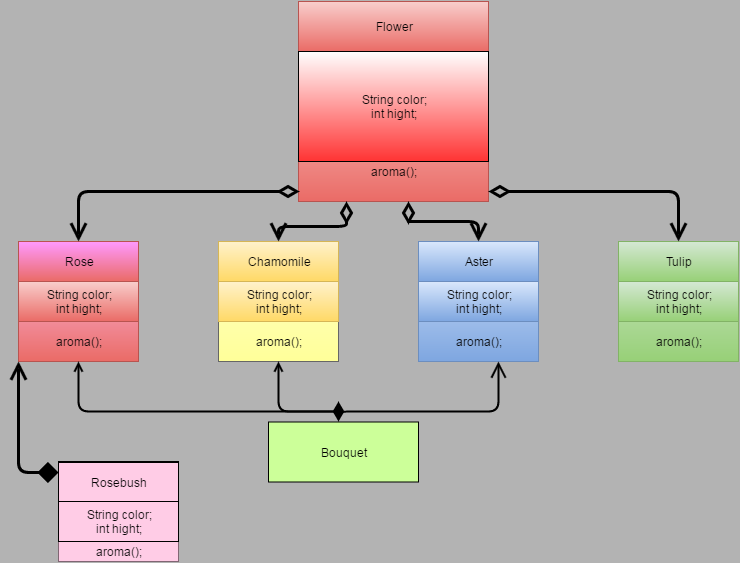
Above: flowers.png in GalinaViktorovna/HomeTaskModul2 (draw.io), before the change. Source tidied: cells renumbered, new cells last; positions are measured from the earlier drawing's top-left corner, leaving out a move shared by most shapes.
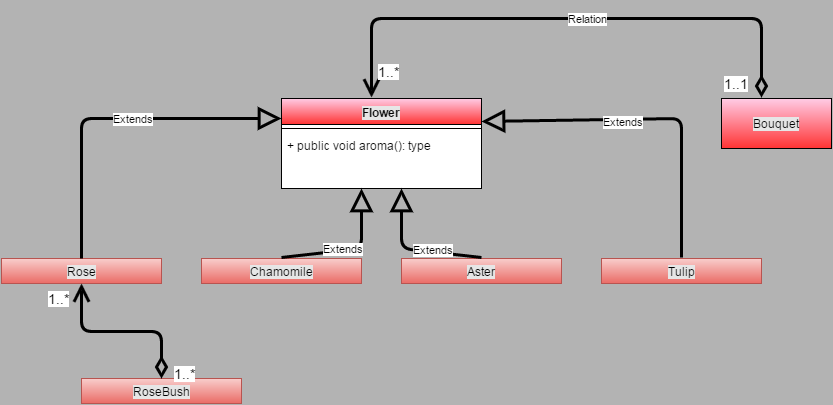
The same diagram one commit later.

Diff of the diagram source:
```diff
@@ -2,159 +2,105 @@
   <root>
     <mxCell id="0" />
     <mxCell id="1" parent="0" />
-    <mxCell id="2" style="whiteSpace=wrap;html=1;plain-red;fillColor=#FFFFFF;" parent="1" vertex="1">
-      <mxGeometry x="280" width="190" height="200" as="geometry" />
-    </mxCell>
-    <mxCell id="3" value="Flower" style="whiteSpace=wrap;html=1;plain-red;" parent="1" vertex="1">
-      <mxGeometry x="280" width="190" height="50" as="geometry" />
+    <mxCell id="3" value="Flower" style="swimlane;html=1;fontStyle=1;align=center;verticalAlign=top;horizontal=1;startSize=26;swimlaneFillColor=#ffffff;labelBackgroundColor=#E6E6E6;fillColor=#FFCCE6;gradientColor=#FF3333;" parent="1" vertex="1">
+      <mxGeometry x="280" y="80" width="200" height="90" as="geometry" />
     </mxCell>
-    <mxCell id="4" value="String color;&lt;div&gt;int hight;&lt;/div&gt;" style="whiteSpace=wrap;html=1;gradientColor=#FF3333;" parent="1" vertex="1">
-      <mxGeometry x="280" y="50" width="190" height="110" as="geometry" />
-    </mxCell>
-    <mxCell id="5" value="aroma();" style="text;html=1;strokeColor=none;fillColor=none;align=center;verticalAlign=middle;whiteSpace=wrap;overflow=hidden;" parent="1" vertex="1">
-      <mxGeometry x="315" y="160" width="120" height="20" as="geometry" />
-    </mxCell>
-    <mxCell id="6" style="whiteSpace=wrap;html=1;plain-red;fillColor=#FFCCFF;" parent="1" vertex="1">
-      <mxGeometry y="240" width="120" height="120" as="geometry" />
-    </mxCell>
-    <mxCell id="7" style="whiteSpace=wrap;html=1;plain-gray;fillColor=#FFFFCC;gradientColor=#FFFF99;" parent="1" vertex="1">
-      <mxGeometry x="200" y="240" width="120" height="120" as="geometry" />
-    </mxCell>
-    <mxCell id="8" style="whiteSpace=wrap;html=1;plain-blue;" parent="1" vertex="1">
-      <mxGeometry x="400" y="240" width="120" height="120" as="geometry" />
-    </mxCell>
-    <mxCell id="9" style="whiteSpace=wrap;html=1;plain-green;" parent="1" vertex="1">
-      <mxGeometry x="600" y="240" width="120" height="120" as="geometry" />
-    </mxCell>
-    <mxCell id="10" style="whiteSpace=wrap;html=1;" parent="1" vertex="1">
-      <mxGeometry x="40" y="460" width="120" height="100" as="geometry" />
-    </mxCell>
-    <mxCell id="11" value="Rose" style="whiteSpace=wrap;html=1;plain-red;fillColor=#FF99FF;" parent="1" vertex="1">
-      <mxGeometry y="240" width="120" height="40" as="geometry" />
-    </mxCell>
-    <mxCell id="12" value="Chamomile" style="whiteSpace=wrap;html=1;plain-yellow;" parent="1" vertex="1">
-      <mxGeometry x="200" y="240" width="120" height="40" as="geometry" />
-    </mxCell>
+    <mxCell id="39" style="line;html=1;strokeWidth=1;fillColor=none;align=left;verticalAlign=middle;spacingTop=-1;spacingLeft=3;spacingRight=3;labelPosition=right;" parent="3" vertex="1">
+      <mxGeometry y="26" width="200" height="8" as="geometry" />
+    </mxCell>
+    <mxCell id="40" value="+ public void aroma(): type" style="text;html=1;strokeColor=none;fillColor=none;align=left;verticalAlign=top;spacingLeft=4;spacingRight=4;whiteSpace=wrap;overflow=hidden;" parent="3" vertex="1">
+      <mxGeometry y="34" width="200" height="26" as="geometry" />
+    </mxCell>
-    <mxCell id="13" value="Aster" style="whiteSpace=wrap;html=1;plain-blue;" parent="1" vertex="1">
-      <mxGeometry x="400" y="240" width="120" height="40" as="geometry" />
+    <mxCell id="13" value="Aster" style="swimlane;html=1;fontStyle=0;horizontal=1;startSize=25;swimlaneFillColor=#ffffff;labelBackgroundColor=#E6E6E6;plain-red;" parent="1" vertex="1">
+      <mxGeometry x="400" y="240" width="160" height="25" as="geometry" />
     </mxCell>
-    <mxCell id="14" value="Tulip" style="whiteSpace=wrap;html=1;plain-green;" parent="1" vertex="1">
-      <mxGeometry x="600" y="240" width="120" height="40" as="geometry" />
+    <mxCell id="14" value="Tulip" style="swimlane;html=1;fontStyle=0;horizontal=1;startSize=26;swimlaneFillColor=#ffffff;labelBackgroundColor=#E6E6E6;plain-red;" parent="1" vertex="1">
+      <mxGeometry x="600" y="240" width="160" height="25" as="geometry" />
     </mxCell>
-    <mxCell id="15" value="Rosebush" style="whiteSpace=wrap;html=1;fillColor=#FFCCE6;" parent="1" vertex="1">
-      <mxGeometry x="40" y="461" width="120" height="40" as="geometry" />
-    </mxCell>
-    <mxCell id="16" value="String color;&lt;div&gt;int hight;&lt;/div&gt;" style="whiteSpace=wrap;html=1;plain-red;" parent="1" vertex="1">
-      <mxGeometry y="280" width="120" height="40" as="geometry" />
-    </mxCell>
-    <mxCell id="17" value="String color;&lt;div&gt;int hight;&lt;/div&gt;" style="whiteSpace=wrap;html=1;plain-yellow;" parent="1" vertex="1">
-      <mxGeometry x="200" y="280" width="120" height="40" as="geometry" />
-    </mxCell>
-    <mxCell id="18" value="String color;&lt;div&gt;int hight;&lt;/div&gt;" style="whiteSpace=wrap;html=1;plain-blue;" parent="1" vertex="1">
-      <mxGeometry x="400" y="280" width="120" height="40" as="geometry" />
-    </mxCell>
-    <mxCell id="19" value="String color;&lt;div&gt;int hight;&lt;/div&gt;" style="whiteSpace=wrap;html=1;plain-green;" parent="1" vertex="1">
-      <mxGeometry x="600" y="280" width="120" height="40" as="geometry" />
-    </mxCell>
-    <mxCell id="20" style="edgeStyle=orthogonalEdgeStyle;rounded=0;html=1;exitX=0.5;exitY=1;jettySize=auto;orthogonalLoop=1;" parent="1" edge="1" source="5" target="5">
-      <mxGeometry relative="1" as="geometry" />
-    </mxCell>
-    <mxCell id="21" style="edgeStyle=orthogonalEdgeStyle;rounded=0;html=1;exitX=0.5;exitY=1;jettySize=auto;orthogonalLoop=1;" parent="1" edge="1">
-      <mxGeometry x="385" y="190" as="geometry">
-        <mxPoint x="385" y="190" as="sourcePoint" />
-        <mxPoint x="385" y="190" as="targetPoint" />
-      </mxGeometry>
-    </mxCell>
-    <mxCell id="22" value="aroma();" style="text;html=1;strokeColor=none;fillColor=none;align=center;verticalAlign=middle;whiteSpace=wrap;overflow=hidden;" parent="1" vertex="1">
-      <mxGeometry y="330" width="120" height="20" as="geometry" />
-    </mxCell>
-    <mxCell id="23" value="aroma();" style="text;html=1;strokeColor=none;fillColor=none;align=center;verticalAlign=middle;whiteSpace=wrap;overflow=hidden;" parent="1" vertex="1">
-      <mxGeometry x="200" y="330" width="120" height="20" as="geometry" />
-    </mxCell>
-    <mxCell id="24" value="aroma();" style="text;html=1;strokeColor=none;fillColor=none;align=center;verticalAlign=middle;whiteSpace=wrap;overflow=hidden;" parent="1" vertex="1">
-      <mxGeometry x="400" y="330" width="120" height="20" as="geometry" />
-    </mxCell>
-    <mxCell id="25" value="aroma();" style="text;html=1;strokeColor=none;fillColor=none;align=center;verticalAlign=middle;whiteSpace=wrap;overflow=hidden;" parent="1" vertex="1">
-      <mxGeometry x="600" y="330" width="120" height="20" as="geometry" />
-    </mxCell>
-    <mxCell id="26" value="aroma();" style="text;html=1;strokeColor=none;fillColor=#FFCCE6;align=center;verticalAlign=middle;whiteSpace=wrap;overflow=hidden;" parent="1" vertex="1">
-      <mxGeometry x="40" y="540" width="120" height="20" as="geometry" />
-    </mxCell>
-    <mxCell id="27" value="String color;&lt;div&gt;int hight;&lt;/div&gt;" style="whiteSpace=wrap;html=1;fillColor=#FFCCE6;" parent="1" vertex="1">
-      <mxGeometry x="40" y="500" width="120" height="40" as="geometry" />
-    </mxCell>
+    <mxCell id="12" value="&lt;span&gt;Chamomile&lt;/span&gt;" style="swimlane;html=1;fontStyle=0;horizontal=1;startSize=26;swimlaneFillColor=#ffffff;labelBackgroundColor=#E6E6E6;plain-red;" parent="1" vertex="1">
+      <mxGeometry x="200" y="240" width="160" height="25" as="geometry" />
+    </mxCell>
+    <mxCell id="11" value="&lt;span&gt;Rose&lt;/span&gt;" style="swimlane;html=1;fontStyle=0;horizontal=1;startSize=26;swimlaneFillColor=#ffffff;labelBackgroundColor=#E6E6E6;plain-red;" parent="1" vertex="1">
+      <mxGeometry y="240" width="160" height="25" as="geometry" />
+    </mxCell>
+    <mxCell id="41" value="Extends" style="endArrow=block;endSize=16;endFill=0;html=1;strokeColor=#000000;strokeWidth=3;align=left;exitX=0.5;exitY=0;" parent="1" edge="1" source="11">
+      <mxGeometry relative="1" as="geometry">
+        <mxPoint x="280" y="100" as="targetPoint" />
+        <Array as="points">
+          <mxPoint x="80" y="100" />
+        </Array>
+      </mxGeometry>
+    </mxCell>
+    <mxCell id="42" value="Extends" style="endArrow=block;endSize=16;endFill=0;html=1;strokeColor=#000000;strokeWidth=3;align=left;entryX=1;entryY=0.25;" parent="1" edge="1" target="3">
+      <mxGeometry x="0.29" y="2" relative="1" as="geometry">
+        <mxPoint x="680" y="239" as="sourcePoint" />
+        <Array as="points">
+          <mxPoint x="680" y="100" />
+        </Array>
+      </mxGeometry>
+    </mxCell>
+    <mxCell id="43" value="Extends" style="endArrow=block;endSize=16;endFill=0;html=1;strokeColor=#000000;strokeWidth=3;align=left;" parent="1" edge="1">
+      <mxGeometry x="-0.42" y="4" relative="1" as="geometry">
+        <mxPoint x="280" y="239" as="sourcePoint" />
+        <mxPoint x="360" y="170" as="targetPoint" />
+        <Array as="points">
+          <mxPoint x="360" y="230" />
+        </Array>
+      </mxGeometry>
+    </mxCell>
+    <mxCell id="44" value="Extends" style="endArrow=block;endSize=16;endFill=0;html=1;strokeColor=#000000;strokeWidth=3;align=left;" parent="1" edge="1">
+      <mxGeometry relative="1" as="geometry">
+        <mxPoint x="480" y="239" as="sourcePoint" />
+        <mxPoint x="400" y="170" as="targetPoint" />
+        <Array as="points">
+          <mxPoint x="400" y="230" />
+        </Array>
+      </mxGeometry>
+    </mxCell>
-    <mxCell id="28" value="Bouquet" style="whiteSpace=wrap;html=1;fillColor=#CCFF99;" parent="1" vertex="1">
-      <mxGeometry x="250" y="420.5" width="150" height="60" as="geometry" />
+    <mxCell id="28" value="Bouquet" style="html=1;labelBackgroundColor=#E6E6E6;fillColor=#FFCCE6;gradientColor=#FF3333;" parent="1" vertex="1">
+      <mxGeometry x="720" y="80" width="110" height="50" as="geometry" />
     </mxCell>
-    <mxCell id="29" style="endArrow=open;html=1;endSize=12;startArrow=diamondThin;startSize=14;startFill=0;edgeStyle=orthogonalEdgeStyle;align=left;verticalAlign=bottom;entryX=0.5;entryY=0;plain-purple;strokeWidth=3;strokeColor=#000000;" parent="1" edge="1" target="14">
-      <mxGeometry x="-1" y="3" relative="1" as="geometry">
-        <mxPoint x="470" y="190" as="sourcePoint" />
-        <Array as="points">
-          <mxPoint x="660" y="190" />
-        </Array>
-      </mxGeometry>
-    </mxCell>
-    <mxCell id="30" style="endArrow=open;html=1;endSize=12;startArrow=diamondThin;startSize=14;startFill=0;edgeStyle=orthogonalEdgeStyle;align=left;verticalAlign=bottom;entryX=0.5;entryY=0;exitX=0.004;exitY=0.948;exitPerimeter=0;plain-purple;strokeWidth=3;strokeColor=#000000;" parent="1" edge="1" source="2" target="11">
-      <mxGeometry x="-0.95" relative="1" as="geometry">
-        <Array as="points">
-          <mxPoint x="60" y="190" />
-        </Array>
-      </mxGeometry>
-    </mxCell>
-    <mxCell id="31" style="endArrow=open;html=1;endSize=12;startArrow=diamondThin;startSize=14;startFill=0;edgeStyle=orthogonalEdgeStyle;align=left;verticalAlign=bottom;plain-purple;strokeWidth=3;strokeColor=#000000;" parent="1" edge="1" target="12">
-      <mxGeometry x="-0.2" y="-5" relative="1" as="geometry">
-        <mxPoint x="328" y="200" as="sourcePoint" />
-        <Array as="points">
-          <mxPoint x="328" y="225" />
-          <mxPoint x="260" y="225" />
-        </Array>
-      </mxGeometry>
-    </mxCell>
-    <mxCell id="32" style="endArrow=open;html=1;endSize=12;startArrow=diamondThin;startSize=14;startFill=0;edgeStyle=orthogonalEdgeStyle;align=left;verticalAlign=bottom;entryX=0.5;entryY=0;exitX=0.579;exitY=1;exitPerimeter=0;plain-purple;strokeWidth=3;strokeColor=#000000;" parent="1" edge="1" source="2" target="13">
-      <mxGeometry x="-0.09" relative="1" as="geometry">
-        <Array as="points">
-          <mxPoint x="390" y="220" />
-          <mxPoint x="460" y="220" />
-        </Array>
-      </mxGeometry>
-    </mxCell>
-    <mxCell id="33" style="endArrow=open;html=1;endSize=12;startArrow=diamondThin;startSize=14;startFill=1;edgeStyle=orthogonalEdgeStyle;align=left;verticalAlign=bottom;strokeColor=#000000;strokeWidth=2;entryX=0.667;entryY=1;entryPerimeter=0;endFill=0;" parent="1" edge="1" target="8">
-      <mxGeometry x="-1" y="3" relative="1" as="geometry">
-        <mxPoint x="320" y="400" as="sourcePoint" />
-        <Array as="points">
-          <mxPoint x="320" y="410" />
-          <mxPoint x="480" y="410" />
-        </Array>
-      </mxGeometry>
-    </mxCell>
-    <mxCell id="34" style="endArrow=open;endFill=0;html=1;edgeStyle=orthogonalEdgeStyle;align=left;verticalAlign=top;strokeColor=#000000;strokeWidth=2;entryX=0.5;entryY=1;" parent="1" edge="1" target="6">
-      <mxGeometry x="-1" relative="1" as="geometry">
-        <mxPoint x="320" y="410" as="sourcePoint" />
-        <Array as="points">
-          <mxPoint x="60" y="410" />
-        </Array>
-      </mxGeometry>
-    </mxCell>
-    <mxCell id="35" style="html=1;align=left;verticalAlign=bottom;labelBackgroundColor=#ffffff;fontSize=10;" parent="34" vertex="1">
-      <mxGeometry x="-1" relative="1" as="geometry" />
-    </mxCell>
-    <mxCell id="36" style="endArrow=open;endFill=0;html=1;edgeStyle=orthogonalEdgeStyle;align=left;verticalAlign=top;strokeColor=#000000;strokeWidth=2;entryX=0.5;entryY=1;" parent="1" edge="1" target="7">
-      <mxGeometry x="-1" relative="1" as="geometry">
-        <mxPoint x="320" y="410" as="sourcePoint" />
-        <Array as="points">
-          <mxPoint x="260" y="410" />
-        </Array>
-      </mxGeometry>
-    </mxCell>
-    <mxCell id="37" style="html=1;align=left;verticalAlign=bottom;labelBackgroundColor=#ffffff;fontSize=10;" parent="36" vertex="1">
-      <mxGeometry x="-1" relative="1" as="geometry" />
-    </mxCell>
-    <mxCell id="38" style="endArrow=open;html=1;endSize=12;startArrow=diamond;startSize=14;startFill=1;edgeStyle=orthogonalEdgeStyle;align=left;verticalAlign=bottom;strokeWidth=3;exitX=0;exitY=0.25;entryX=0;entryY=1;entryPerimeter=0;plain-purple;strokeColor=#000000;" parent="1" edge="1" source="15" target="6">
-      <mxGeometry x="-1" y="3" relative="1" as="geometry">
-        <Array as="points">
-          <mxPoint y="471" />
-        </Array>
-      </mxGeometry>
-    </mxCell>
+    <mxCell id="45" value="Relation" style="endArrow=open;html=1;endSize=12;startArrow=diamondThin;startSize=14;startFill=0;edgeStyle=orthogonalEdgeStyle;strokeColor=#000000;strokeWidth=3;align=left;" parent="1" edge="1">
+      <mxGeometry relative="1" as="geometry">
+        <mxPoint x="760" y="79" as="sourcePoint" />
+        <mxPoint x="370" y="79" as="targetPoint" />
+        <Array as="points">
+          <mxPoint x="760" />
+          <mxPoint x="370" />
+        </Array>
+      </mxGeometry>
+    </mxCell>
+    <mxCell id="46" value="&lt;font style=&quot;font-size: 14px&quot;&gt;1..1&lt;/font&gt;" style="html=1;align=left;verticalAlign=top;labelBackgroundColor=#ffffff;fontSize=10;" parent="45" vertex="1">
+      <mxGeometry x="-1" relative="1" as="geometry">
+        <mxPoint x="-40" y="-29" as="offset" />
+      </mxGeometry>
+    </mxCell>
+    <mxCell id="47" value="1..*" style="html=1;align=right;verticalAlign=top;labelBackgroundColor=#ffffff;fontSize=14;spacingLeft=8;spacingTop=-2;" parent="45" vertex="1">
+      <mxGeometry x="1" relative="1" as="geometry">
+        <mxPoint x="30" y="-39" as="offset" />
+      </mxGeometry>
+    </mxCell>
+    <mxCell id="48" value="&lt;span&gt;RoseBush&lt;/span&gt;" style="swimlane;html=1;fontStyle=0;horizontal=1;startSize=26;swimlaneFillColor=#ffffff;labelBackgroundColor=#E6E6E6;plain-red;" parent="1" vertex="1">
+      <mxGeometry x="80" y="360" width="160" height="25" as="geometry" />
+    </mxCell>
+    <mxCell id="49" style="endArrow=open;html=1;endSize=12;startArrow=diamondThin;startSize=14;startFill=0;edgeStyle=orthogonalEdgeStyle;strokeColor=#000000;strokeWidth=3;fontSize=14;align=left;entryX=0.5;entryY=1;" parent="1" edge="1" target="11">
+      <mxGeometry relative="1" as="geometry">
+        <mxPoint x="160" y="360" as="sourcePoint" />
+        <Array as="points">
+          <mxPoint x="160" y="313" />
+          <mxPoint x="80" y="313" />
+        </Array>
+      </mxGeometry>
+    </mxCell>
+    <mxCell id="50" value="1..*" style="html=1;align=left;verticalAlign=top;labelBackgroundColor=#ffffff;fontSize=14;" parent="49" vertex="1">
+      <mxGeometry x="-1" relative="1" as="geometry">
+        <mxPoint x="10" y="-20" as="offset" />
+      </mxGeometry>
+    </mxCell>
+    <mxCell id="51" value="1..*" style="html=1;align=right;verticalAlign=top;labelBackgroundColor=#ffffff;fontSize=14;" parent="49" vertex="1">
+      <mxGeometry x="1" relative="1" as="geometry">
+        <mxPoint x="-10" as="offset" />
+      </mxGeometry>
+    </mxCell>
   </root>
 </mxGraphModel>
```
